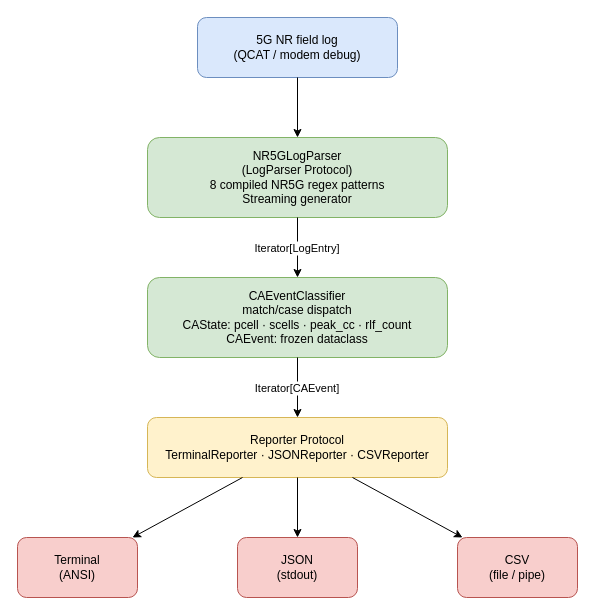
Earlier version of the draw.io diagram docs/architecture.drawio (gerardrecinto/nr-ca-analyzer). Source tidied: cells renumbered, new cells numbered last; positions are measured from the earlier drawing's top-left corner, leaving out a move shared by most shapes. Both pictures are drawn from the tidied source at 100%, with x=0, y=0 at pixel (17, 17).
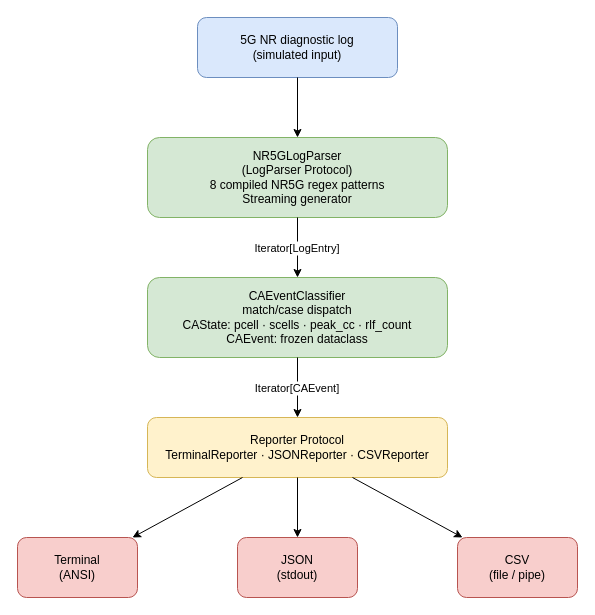
Above is the later version.

Change to the diagram source:
```diff
@@
 <mxGraphModel>
   <root>
     <mxCell id="0" />
     <mxCell id="1" parent="0" />
-    <mxCell id="2" value="5G NR field log&#10;(QCAT / modem debug)" style="rounded=1;whiteSpace=wrap;html=1;fillColor=#dae8fc;strokeColor=#6c8ebf;" parent="1" vertex="1">
+    <mxCell id="2" value="5G NR diagnostic log&#10;(simulated input)" style="rounded=1;whiteSpace=wrap;html=1;fillColor=#dae8fc;strokeColor=#6c8ebf;" parent="1" vertex="1">
       <mxGeometry x="180" width="200" height="60" as="geometry" />
     </mxCell>
     <mxCell id="3" value="NR5GLogParser&#10;(LogParser Protocol)&#10;8 compiled NR5G regex patterns&#10;Streaming generator" style="rounded=1;whiteSpace=wrap;html=1;fillColor=#d5e8d4;strokeColor=#82b366;" parent="1" vertex="1">
       <mxGeometry x="130" y="120" width="300" height="80" as="geometry" />
     </mxCell>
     <mxCell id="4" value="CAEventClassifier&#10;match/case dispatch&#10;CAState: pcell &amp;#183; scells &amp;#183; peak_cc &amp;#183; rlf_count&#10;CAEvent: frozen dataclass" style="rounded=1;whiteSpace=wrap;html=1;fillColor=#d5e8d4;strokeColor=#82b366;" parent="1" vertex="1">
       <mxGeometry x="130" y="260" width="300" height="80" as="geometry" />
     </mxCell>
     <mxCell id="5" value="Reporter Protocol&#10;TerminalReporter &amp;#183; JSONReporter &amp;#183; CSVReporter" style="rounded=1;whiteSpace=wrap;html=1;fillColor=#fff2cc;strokeColor=#d6b656;" parent="1" vertex="1">
       <mxGeometry x="130" y="400" width="300" height="60" as="geometry" />
     </mxCell>
     <mxCell id="6" value="Terminal&#10;(ANSI)" style="rounded=1;whiteSpace=wrap;html=1;fillColor=#f8cecc;strokeColor=#b85450;" parent="1" vertex="1">
       <mxGeometry y="520" width="120" height="60" as="geometry" />
     </mxCell>
     <mxCell id="7" value="JSON&#10;(stdout)" style="rounded=1;whiteSpace=wrap;html=1;fillColor=#f8cecc;strokeColor=#b85450;" parent="1" vertex="1">
       <mxGeometry x="220" y="520" width="120" height="60" as="geometry" />
     </mxCell>
     <mxCell id="8" value="CSV&#10;(file / pipe)" style="rounded=1;whiteSpace=wrap;html=1;fillColor=#f8cecc;strokeColor=#b85450;" parent="1" vertex="1">
       <mxGeometry x="440" y="520" width="120" height="60" as="geometry" />
     </mxCell>
     <mxCell id="9" parent="1" edge="1" source="2" target="3">
       <mxGeometry relative="1" as="geometry" />
     </mxCell>
     <mxCell id="10" value="Iterator[LogEntry]" parent="1" edge="1" source="3" target="4">
       <mxGeometry relative="1" as="geometry" />
     </mxCell>
     <mxCell id="11" value="Iterator[CAEvent]" parent="1" edge="1" source="4" target="5">
       <mxGeometry relative="1" as="geometry" />
     </mxCell>
     <mxCell id="12" parent="1" edge="1" source="5" target="6">
       <mxGeometry relative="1" as="geometry" />
     </mxCell>
     <mxCell id="13" parent="1" edge="1" source="5" target="7">
       <mxGeometry relative="1" as="geometry" />
     </mxCell>
     <mxCell id="14" parent="1" edge="1" source="5" target="8">
       <mxGeometry relative="1" as="geometry" />
     </mxCell>
   </root>
 </mxGraphModel>
```
